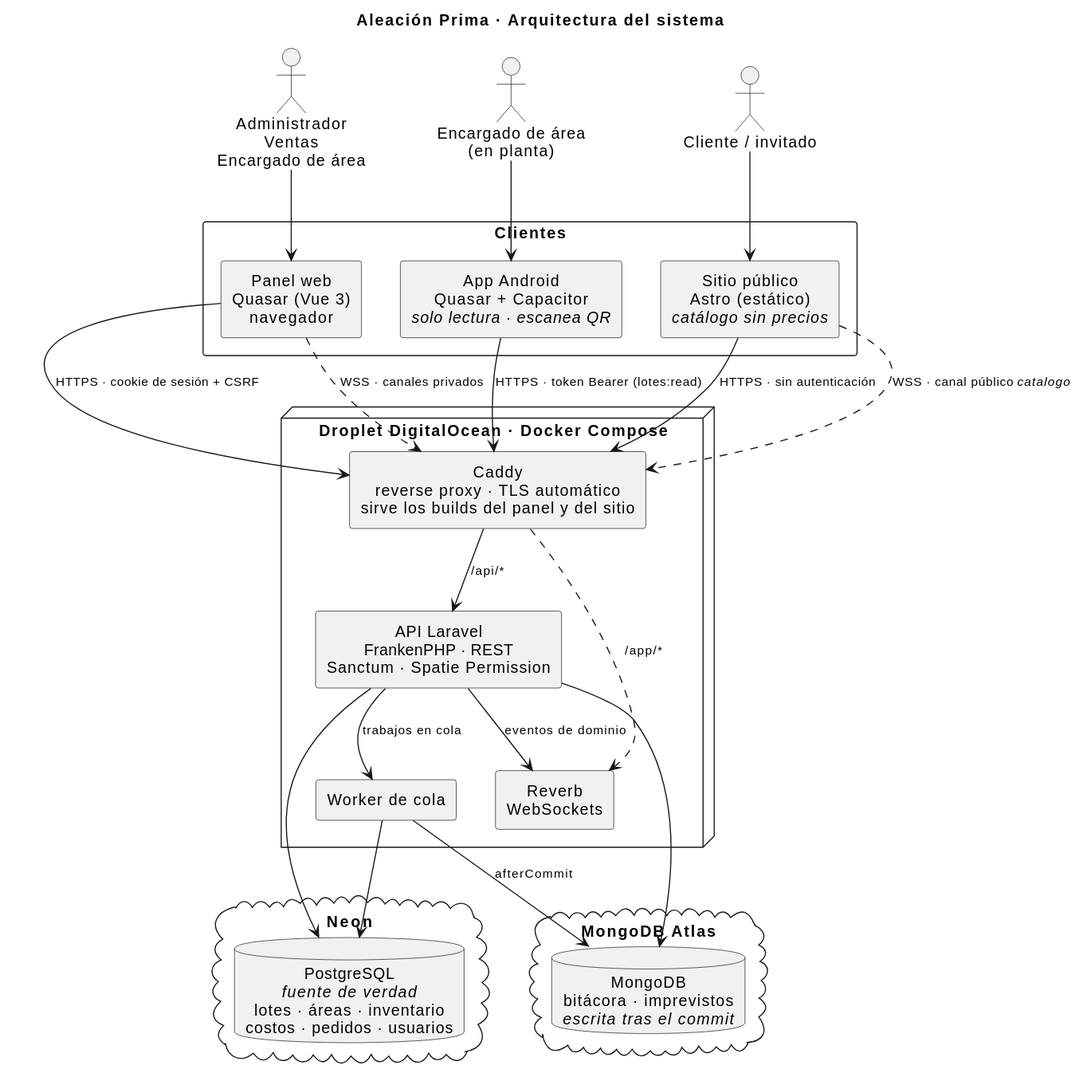
Earlier version of the PlantUML export docs/diagramas/img/arquitectura.svg (aleacion-prima/aleacion-prima). Its diagram source:
```plantuml
@startuml
title Aleación Prima · Arquitectura del sistema

skinparam shadowing false
skinparam componentStyle rectangle
skinparam defaultTextAlignment center
skinparam ArrowFontSize 11
skinparam packageStyle rectangle

actor "Administrador\nVentas\nEncargado de área" as personal
actor "Encargado de área\n(en planta)" as encargado
actor "Cliente / invitado" as cliente

package "Clientes" {
  [Panel web\nQuasar (Vue 3)\nnavegador] as panel
  [App Android\nQuasar + Capacitor\n<i>solo lectura · escanea QR</i>] as movil
  [Sitio público\nAstro (estático)\n<i>catálogo sin precios</i>] as web
}

node "Droplet DigitalOcean · Docker Compose" as servidor {
  [Caddy\nreverse proxy · TLS automático\nsirve los builds del panel y del sitio] as caddy
  [API Laravel\nFrankenPHP · REST\nSanctum · Spatie Permission] as api
  [Reverb\nWebSockets] as reverb
  [Worker de cola] as queue
}

cloud "Neon" {
  database "PostgreSQL\n<i>fuente de verdad</i>\nlotes · áreas · inventario\ncostos · pedidos · usuarios" as pg
}

cloud "MongoDB Atlas" {
  database "MongoDB\nbitácora · imprevistos\n<i>escrita tras el commit</i>" as mongo
}

personal --> panel
encargado --> movil
cliente --> web

panel --> caddy : HTTPS · cookie de sesión + CSRF
movil --> caddy : HTTPS · token Bearer (lotes:read)
web --> caddy : HTTPS · sin autenticación
panel ..> caddy : WSS · canales privados
web ..> caddy : WSS · canal público <i>catalogo</i>

caddy --> api : /api/*
caddy ..> reverb : /app/*
api --> reverb : eventos de dominio
api --> queue : trabajos en cola
api --> pg
api --> mongo
queue --> pg
queue --> mongo : afterCommit
@enduml
```
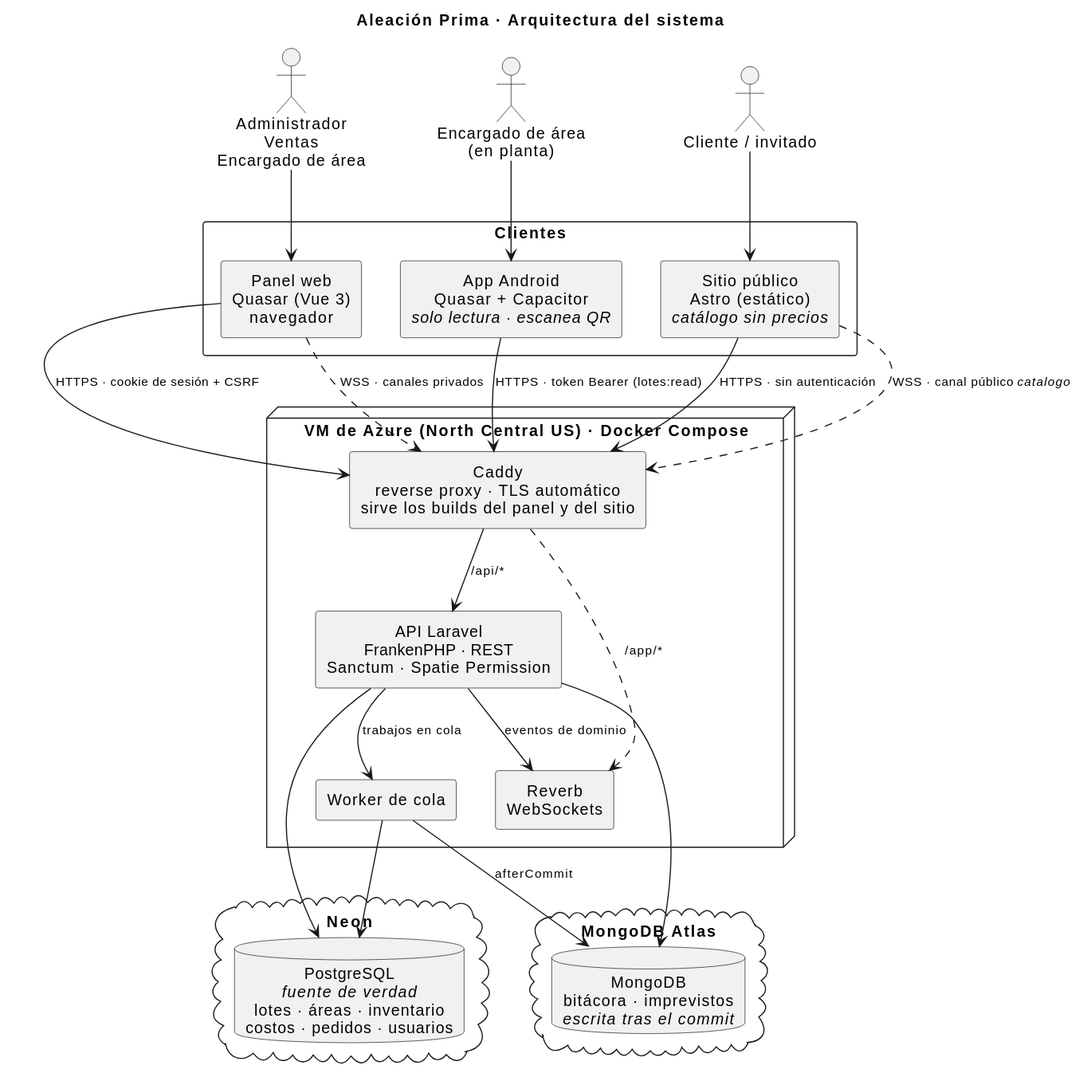
After the commit.

Commit message:
feat(infra): desplegar en azure for students (#28)

The edit, as a diff of the source:
```diff
@@ -17,7 +17,7 @@
   [Sitio público\nAstro (estático)\n<i>catálogo sin precios</i>] as web
 }
 
-node "Droplet DigitalOcean · Docker Compose" as servidor {
+node "VM de Azure (North Central US) · Docker Compose" as servidor {
   [Caddy\nreverse proxy · TLS automático\nsirve los builds del panel y del sitio] as caddy
   [API Laravel\nFrankenPHP · REST\nSanctum · Spatie Permission] as api
   [Reverb\nWebSockets] as reverb
```
